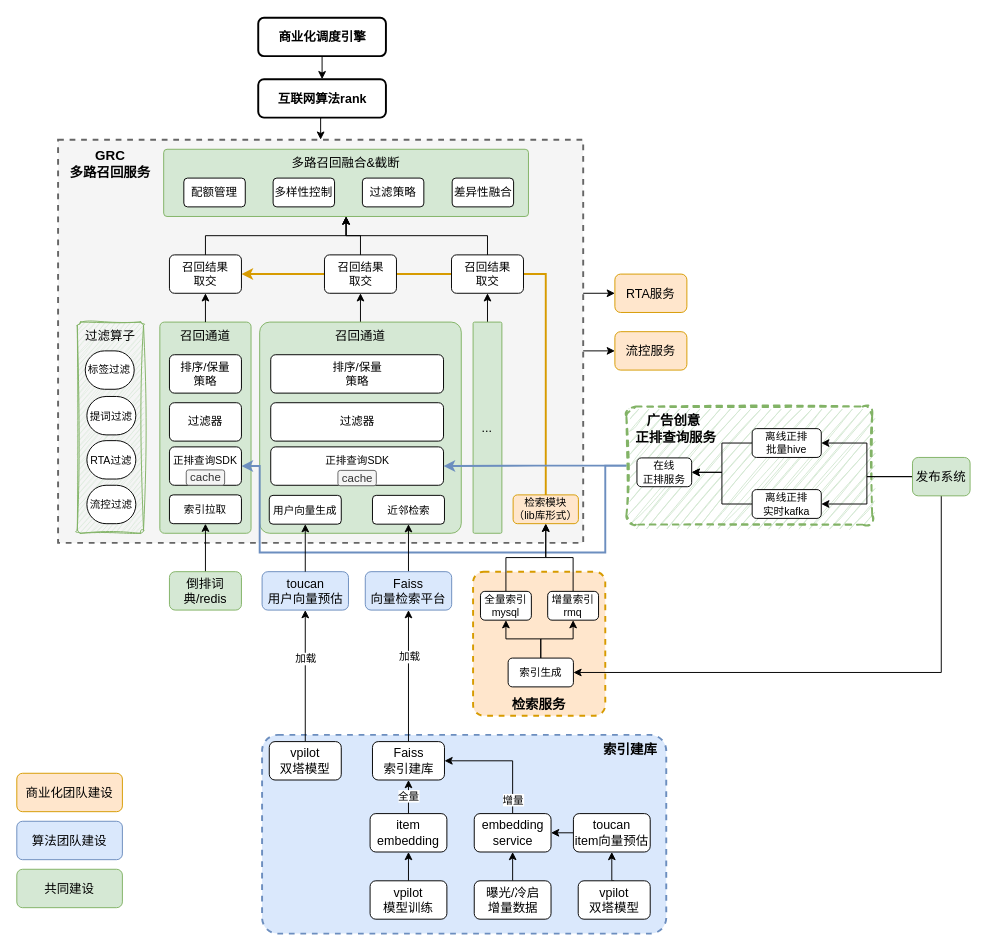
This is page "第 6 页" (6 of 6) of 商业化召回.drawio from yantao006/draw_io, a draw.io file, before an edit. Source tidied: cells renumbered, new cells numbered last; positions are measured from the earlier drawing's top-left corner, leaving out a move shared by most shapes. Both pictures are drawn from the tidied source at 96%, with x=0, y=0 at pixel (16, 17).
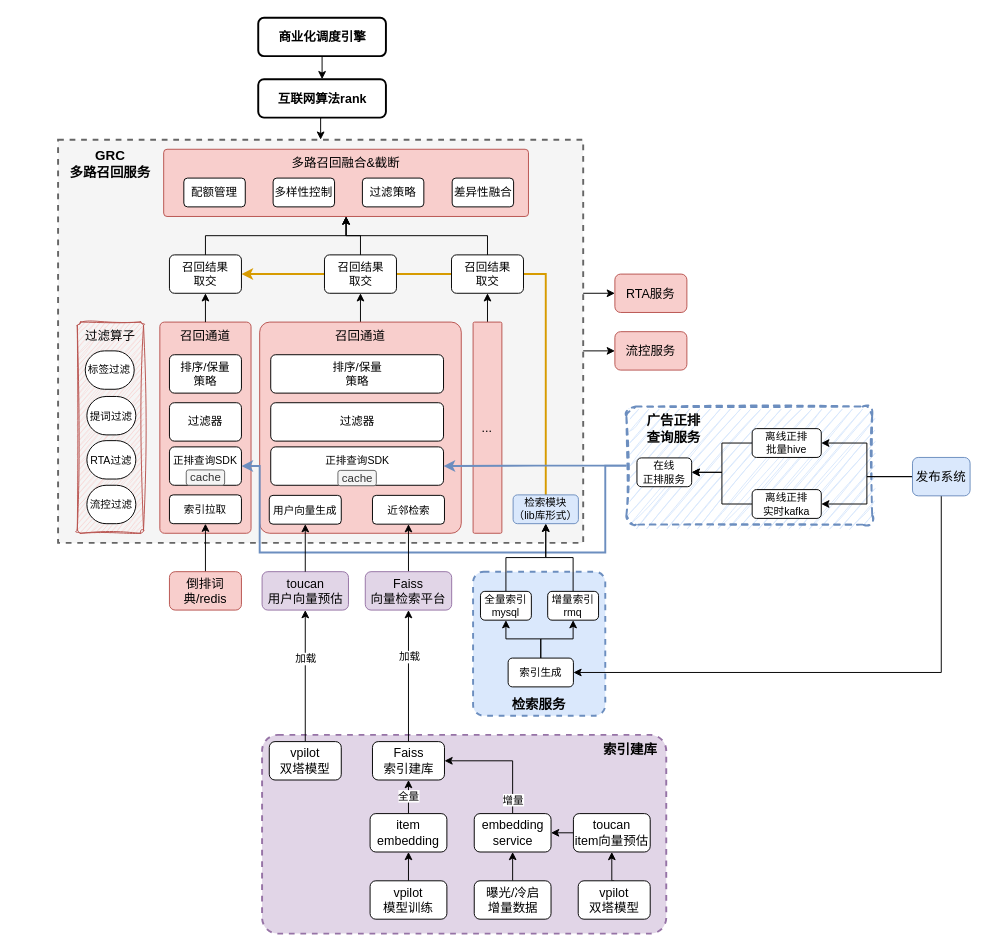
After the change.

Commit message:
更新商业化召回.drawio

The edit, as a diff of the source:
```diff
@@
-    <mxCell id="5" value="&lt;div&gt;&lt;span style=&quot;font-size: 13px;&quot;&gt;召回通道&lt;/span&gt;&lt;/div&gt;" style="rounded=1;whiteSpace=wrap;html=1;fillColor=#d5e8d4;strokeColor=#82b366;verticalAlign=top;arcSize=5;" parent="1" vertex="1">
+    <mxCell id="5" value="&lt;div&gt;&lt;span style=&quot;font-size: 13px;&quot;&gt;召回通道&lt;/span&gt;&lt;/div&gt;" style="rounded=1;whiteSpace=wrap;html=1;fillColor=#f8cecc;strokeColor=#b85450;verticalAlign=top;arcSize=5;" parent="1" vertex="1">
       <mxGeometry x="149" y="317" width="95" height="220" as="geometry" />
     </mxCell>
-    <mxCell id="6" value="&lt;div&gt;&lt;span style=&quot;font-size: 13px;&quot;&gt;toucan&lt;/span&gt;&lt;/div&gt;&lt;div&gt;&lt;span style=&quot;font-size: 13px;&quot;&gt;用户向量预估&lt;/span&gt;&lt;/div&gt;" style="rounded=1;whiteSpace=wrap;html=1;fillColor=#dae8fc;strokeColor=#6c8ebf;" parent="1" vertex="1">
+    <mxCell id="6" value="&lt;div&gt;&lt;span style=&quot;font-size: 13px;&quot;&gt;toucan&lt;/span&gt;&lt;/div&gt;&lt;div&gt;&lt;span style=&quot;font-size: 13px;&quot;&gt;用户向量预估&lt;/span&gt;&lt;/div&gt;" style="rounded=1;whiteSpace=wrap;html=1;fillColor=#e1d5e7;strokeColor=#9673a6;" parent="1" vertex="1">
       <mxGeometry x="255.5" y="577" width="90" height="40" as="geometry" />
     </mxCell>
-    <mxCell id="7" value="&lt;b&gt;检索服务&lt;/b&gt;" style="rounded=1;whiteSpace=wrap;html=1;fontSize=14;fillColor=#ffe6cc;dashed=1;strokeWidth=2;strokeColor=#d79b00;verticalAlign=bottom;align=center;arcSize=8;glass=0;shadow=0;" parent="1" vertex="1">
+    <mxCell id="7" value="&lt;b&gt;检索服务&lt;/b&gt;" style="rounded=1;whiteSpace=wrap;html=1;fontSize=14;fillColor=#dae8fc;dashed=1;strokeWidth=2;strokeColor=#6c8ebf;verticalAlign=bottom;align=center;arcSize=8;glass=0;shadow=0;" parent="1" vertex="1">
       <mxGeometry x="475.3" y="577" width="137.7" height="150" as="geometry" />
     </mxCell>
@@
-    <mxCell id="9" value="&lt;div&gt;&lt;span style=&quot;font-size: 13px;&quot;&gt;召回通道&lt;/span&gt;&lt;/div&gt;" style="rounded=1;whiteSpace=wrap;html=1;fillColor=#d5e8d4;strokeColor=#82b366;verticalAlign=top;arcSize=5;" parent="1" vertex="1">
+    <mxCell id="9" value="&lt;div&gt;&lt;span style=&quot;font-size: 13px;&quot;&gt;召回通道&lt;/span&gt;&lt;/div&gt;" style="rounded=1;whiteSpace=wrap;html=1;fillColor=#f8cecc;strokeColor=#b85450;verticalAlign=top;arcSize=5;" parent="1" vertex="1">
       <mxGeometry x="253" y="317" width="210" height="220" as="geometry" />
     </mxCell>
@@
-    <mxCell id="11" value="&lt;b&gt;&amp;nbsp; &amp;nbsp; &amp;nbsp;广告创意&lt;/b&gt;&lt;div&gt;&lt;b&gt;&amp;nbsp; 正排查询服务&lt;/b&gt;&lt;/div&gt;" style="rounded=1;whiteSpace=wrap;html=1;fontSize=14;fillColor=#d5e8d4;dashed=1;strokeWidth=2;strokeColor=#82b366;verticalAlign=top;align=left;arcSize=8;glass=0;shadow=0;sketch=1;curveFitting=1;jiggle=2;" parent="1" vertex="1">
+    <mxCell id="11" value="&lt;b&gt;&amp;nbsp; &amp;nbsp; &amp;nbsp;广告&lt;/b&gt;&lt;b style=&quot;background-color: transparent; color: light-dark(rgb(0, 0, 0), rgb(255, 255, 255));&quot;&gt;正排&lt;/b&gt;&lt;div&gt;&lt;b style=&quot;background-color: transparent; color: light-dark(rgb(0, 0, 0), rgb(255, 255, 255));&quot;&gt;&amp;nbsp; &amp;nbsp; &amp;nbsp;查询服务&lt;/b&gt;&lt;/div&gt;" style="rounded=1;whiteSpace=wrap;html=1;fontSize=14;fillColor=#dae8fc;dashed=1;strokeWidth=2;strokeColor=#6c8ebf;verticalAlign=top;align=left;arcSize=8;glass=0;shadow=0;sketch=1;curveFitting=1;jiggle=2;" parent="1" vertex="1">
       <mxGeometry x="635" y="405" width="256" height="123" as="geometry" />
     </mxCell>
@@
-    <mxCell id="13" value="&lt;div&gt;&lt;span&gt;检索模块&lt;/span&gt;&lt;/div&gt;&lt;div&gt;&lt;span&gt;（lib库形式）&lt;/span&gt;&lt;/div&gt;" style="rounded=1;whiteSpace=wrap;html=1;fontSize=11;fillColor=#ffe6cc;strokeColor=#d79b00;" parent="1" vertex="1">
+    <mxCell id="13" value="&lt;div&gt;&lt;span&gt;检索模块&lt;/span&gt;&lt;/div&gt;&lt;div&gt;&lt;span&gt;（lib库形式）&lt;/span&gt;&lt;/div&gt;" style="rounded=1;whiteSpace=wrap;html=1;fontSize=11;fillColor=#dae8fc;strokeColor=#6c8ebf;" parent="1" vertex="1">
       <mxGeometry x="517" y="497" width="68" height="30" as="geometry" />
     </mxCell>
@@
-    <mxCell id="27" value="&lt;span style=&quot;font-size: 13px;&quot;&gt;发布系统&lt;/span&gt;" style="rounded=1;whiteSpace=wrap;html=1;fillColor=#d5e8d4;strokeColor=#82b366;" parent="1" vertex="1">
+    <mxCell id="27" value="&lt;span style=&quot;font-size: 13px;&quot;&gt;发布系统&lt;/span&gt;" style="rounded=1;whiteSpace=wrap;html=1;fillColor=#dae8fc;strokeColor=#6c8ebf;" parent="1" vertex="1">
       <mxGeometry x="933" y="458" width="60" height="40" as="geometry" />
     </mxCell>
@@
-    <mxCell id="37" value="&lt;div&gt;&lt;span style=&quot;font-size: 13px;&quot;&gt;倒排词典/redis&lt;/span&gt;&lt;/div&gt;" style="rounded=1;whiteSpace=wrap;html=1;fillColor=#d5e8d4;strokeColor=#82b366;" parent="1" vertex="1">
+    <mxCell id="37" value="&lt;div&gt;&lt;span style=&quot;font-size: 13px;&quot;&gt;倒排词典/redis&lt;/span&gt;&lt;/div&gt;" style="rounded=1;whiteSpace=wrap;html=1;fillColor=#f8cecc;strokeColor=#b85450;" parent="1" vertex="1">
       <mxGeometry x="159" y="577" width="75" height="40" as="geometry" />
     </mxCell>
@@
-    <mxCell id="39" value="&lt;div&gt;&lt;span style=&quot;font-size: 13px;&quot;&gt;Faiss&lt;/span&gt;&lt;/div&gt;&lt;div&gt;&lt;span style=&quot;font-size: 13px;&quot;&gt;向量检索平台&lt;/span&gt;&lt;/div&gt;" style="rounded=1;whiteSpace=wrap;html=1;fillColor=#dae8fc;strokeColor=#6c8ebf;" parent="1" vertex="1">
+    <mxCell id="39" value="&lt;div&gt;&lt;span style=&quot;font-size: 13px;&quot;&gt;Faiss&lt;/span&gt;&lt;/div&gt;&lt;div&gt;&lt;span style=&quot;font-size: 13px;&quot;&gt;向量检索平台&lt;/span&gt;&lt;/div&gt;" style="rounded=1;whiteSpace=wrap;html=1;fillColor=#e1d5e7;strokeColor=#9673a6;" parent="1" vertex="1">
       <mxGeometry x="363" y="577" width="90" height="40" as="geometry" />
     </mxCell>
-    <mxCell id="40" value="&lt;b&gt;索引建库&amp;nbsp;&amp;nbsp;&lt;/b&gt;" style="rounded=1;whiteSpace=wrap;html=1;fontSize=14;fillColor=#dae8fc;dashed=1;strokeWidth=2;strokeColor=#6c8ebf;verticalAlign=top;align=right;arcSize=8;" parent="1" vertex="1">
+    <mxCell id="40" value="&lt;b&gt;索引建库&amp;nbsp;&amp;nbsp;&lt;/b&gt;" style="rounded=1;whiteSpace=wrap;html=1;fontSize=14;fillColor=#e1d5e7;dashed=1;strokeWidth=2;strokeColor=#9673a6;verticalAlign=top;align=right;arcSize=8;" parent="1" vertex="1">
       <mxGeometry x="255.5" y="747" width="421" height="207" as="geometry" />
     </mxCell>
@@
-    <mxCell id="60" value="&lt;div&gt;&lt;span style=&quot;font-size: 13px;&quot;&gt;过滤算子&lt;/span&gt;&lt;/div&gt;" style="rounded=1;whiteSpace=wrap;html=1;fillColor=#d5e8d4;strokeColor=#82b366;verticalAlign=top;arcSize=5;sketch=1;curveFitting=1;jiggle=2;" parent="1" vertex="1">
+    <mxCell id="60" value="&lt;div&gt;&lt;span style=&quot;font-size: 13px;&quot;&gt;过滤算子&lt;/span&gt;&lt;/div&gt;" style="rounded=1;whiteSpace=wrap;html=1;fillColor=#f8cecc;strokeColor=#b85450;verticalAlign=top;arcSize=5;sketch=1;curveFitting=1;jiggle=2;" parent="1" vertex="1">
       <mxGeometry x="63" y="317" width="69" height="220" as="geometry" />
     </mxCell>
@@
-    <mxCell id="72" value="&lt;div&gt;&lt;span style=&quot;font-size: 13px;&quot;&gt;多路召回融合&amp;amp;截断&lt;/span&gt;&lt;/div&gt;" style="rounded=1;whiteSpace=wrap;html=1;fillColor=#d5e8d4;strokeColor=#82b366;verticalAlign=top;arcSize=5;" parent="1" vertex="1">
+    <mxCell id="72" value="&lt;div&gt;&lt;span style=&quot;font-size: 13px;&quot;&gt;多路召回融合&amp;amp;截断&lt;/span&gt;&lt;/div&gt;" style="rounded=1;whiteSpace=wrap;html=1;fillColor=#f8cecc;strokeColor=#b85450;verticalAlign=top;arcSize=5;" parent="1" vertex="1">
       <mxGeometry x="153" y="137" width="380" height="70" as="geometry" />
     </mxCell>
@@
-    <mxCell id="76" value="&lt;div&gt;&lt;span style=&quot;font-size: 13px;&quot;&gt;RTA服务&lt;/span&gt;&lt;/div&gt;" style="rounded=1;whiteSpace=wrap;html=1;fillColor=#ffe6cc;strokeColor=#d79b00;" parent="1" vertex="1">
+    <mxCell id="76" value="&lt;div&gt;&lt;span style=&quot;font-size: 13px;&quot;&gt;RTA服务&lt;/span&gt;&lt;/div&gt;" style="rounded=1;whiteSpace=wrap;html=1;fillColor=#f8cecc;strokeColor=#b85450;" parent="1" vertex="1">
       <mxGeometry x="623" y="267" width="75" height="40" as="geometry" />
     </mxCell>
-    <mxCell id="77" value="&lt;div&gt;&lt;span style=&quot;font-size: 13px;&quot;&gt;流控服务&lt;/span&gt;&lt;/div&gt;" style="rounded=1;whiteSpace=wrap;html=1;fillColor=#ffe6cc;strokeColor=#d79b00;" parent="1" vertex="1">
+    <mxCell id="77" value="&lt;div&gt;&lt;span style=&quot;font-size: 13px;&quot;&gt;流控服务&lt;/span&gt;&lt;/div&gt;" style="rounded=1;whiteSpace=wrap;html=1;fillColor=#f8cecc;strokeColor=#b85450;" parent="1" vertex="1">
       <mxGeometry x="623" y="327" width="75" height="40" as="geometry" />
     </mxCell>
@@
-    <mxCell id="88" value="&lt;div&gt;&lt;span style=&quot;font-size: 13px;&quot;&gt;商业化团队建设&lt;/span&gt;&lt;/div&gt;" style="rounded=1;whiteSpace=wrap;html=1;fillColor=#ffe6cc;strokeColor=#d79b00;" parent="1" vertex="1">
-      <mxGeometry y="787" width="110" height="40" as="geometry" />
-    </mxCell>
-    <mxCell id="89" value="&lt;div&gt;&lt;span style=&quot;font-size: 13px;&quot;&gt;算法团队建设&lt;/span&gt;&lt;/div&gt;" style="rounded=1;whiteSpace=wrap;html=1;fillColor=#dae8fc;strokeColor=#6c8ebf;" parent="1" vertex="1">
-      <mxGeometry y="837" width="110" height="40" as="geometry" />
-    </mxCell>
-    <mxCell id="90" value="&lt;div&gt;&lt;span style=&quot;font-size: 13px;&quot;&gt;共同建设&lt;/span&gt;&lt;/div&gt;" style="rounded=1;whiteSpace=wrap;html=1;fillColor=#d5e8d4;strokeColor=#82b366;" parent="1" vertex="1">
-      <mxGeometry y="887" width="110" height="40" as="geometry" />
-    </mxCell>
@@
-    <mxCell id="92" value="&lt;div&gt;&lt;span style=&quot;font-size: 13px;&quot;&gt;...&lt;/span&gt;&lt;/div&gt;" style="rounded=1;whiteSpace=wrap;html=1;fillColor=#d5e8d4;strokeColor=#82b366;verticalAlign=middle;arcSize=5;" parent="1" vertex="1">
+    <mxCell id="92" value="&lt;div&gt;&lt;span style=&quot;font-size: 13px;&quot;&gt;...&lt;/span&gt;&lt;/div&gt;" style="rounded=1;whiteSpace=wrap;html=1;fillColor=#f8cecc;strokeColor=#b85450;verticalAlign=middle;arcSize=5;" parent="1" vertex="1">
       <mxGeometry x="475.3" y="317" width="30" height="220" as="geometry" />
     </mxCell>
```
